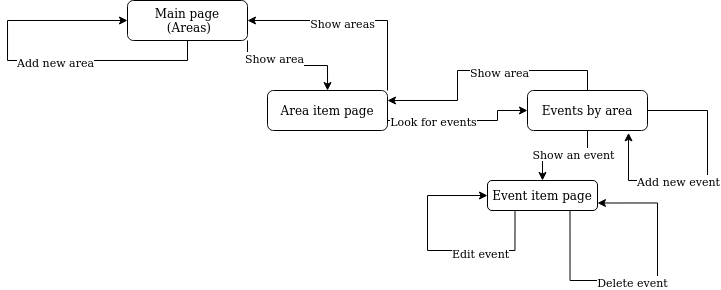
Above: client_screen_workflow.png in mitjakarki/pwp-project (draw.io), before the change. Source tidied: cells renumbered, new cells last; positions are measured from the earlier drawing's top-left corner, leaving out a move shared by most shapes.
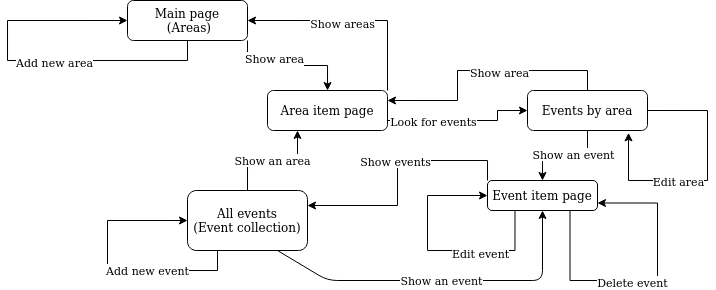
Later version of the same file.

Commit message:
Fix diagrams once more

Change to the diagram source:
```diff
@@ -62,7 +62,7 @@
         </Array>
       </mxGeometry>
     </mxCell>
-    <mxCell id="15" value="&lt;div&gt;Add new event&lt;/div&gt;" style="edgeLabel;html=1;align=center;verticalAlign=middle;" parent="14" vertex="1">
+    <mxCell id="15" value="Edit area" style="edgeLabel;html=1;align=center;verticalAlign=middle;" parent="14" vertex="1">
       <mxGeometry x="0.24" y="1" relative="1" as="geometry" />
     </mxCell>
     <mxCell id="16" style="edgeStyle=orthogonalEdgeStyle;rounded=0;jettySize=auto;html=1;exitX=0.5;exitY=0;exitDx=0;exitDy=0;entryX=1;entryY=0.25;entryDx=0;entryDy=0;" parent="1" edge="1" source="18" target="11">
@@ -98,8 +98,43 @@
     <mxCell id="22" value="&lt;div&gt;Delete event&lt;/div&gt;" style="edgeLabel;html=1;align=center;verticalAlign=middle;" parent="21" vertex="1">
       <mxGeometry x="-0.1" y="-2" relative="1" as="geometry" />
     </mxCell>
+    <mxCell id="24" style="edgeStyle=orthogonalEdgeStyle;rounded=0;jettySize=auto;html=1;exitX=0;exitY=0;exitDx=0;exitDy=0;entryX=1;entryY=0.25;entryDx=0;entryDy=0;" parent="1" edge="1" source="23" target="29">
+      <mxGeometry relative="1" as="geometry" />
+    </mxCell>
+    <mxCell id="25" value="Show events" style="edgeLabel;html=1;align=center;verticalAlign=middle;" parent="24" vertex="1">
+      <mxGeometry x="-0.1" y="-2" relative="1" as="geometry" />
+    </mxCell>
     <mxCell id="23" value="Event item page" style="rounded=1;whiteSpace=wrap;html=1;" parent="1" vertex="1">
       <mxGeometry x="480" y="180" width="110" height="30" as="geometry" />
     </mxCell>
+    <mxCell id="26" value="Show an area" style="edgeStyle=orthogonalEdgeStyle;rounded=0;jettySize=auto;html=1;exitX=0.5;exitY=0;exitDx=0;exitDy=0;entryX=0.25;entryY=1;entryDx=0;entryDy=0;" parent="1" edge="1" source="29" target="11">
+      <mxGeometry relative="1" as="geometry" />
+    </mxCell>
+    <mxCell id="27" style="edgeStyle=orthogonalEdgeStyle;rounded=0;orthogonalLoop=1;jettySize=auto;html=1;exitX=0.25;exitY=1;exitDx=0;exitDy=0;entryX=0;entryY=0.5;entryDx=0;entryDy=0;" parent="1" edge="1" source="29" target="29">
+      <mxGeometry relative="1" as="geometry">
+        <Array as="points">
+          <mxPoint x="210" y="270" />
+          <mxPoint x="100" y="270" />
+          <mxPoint x="100" y="220" />
+        </Array>
+      </mxGeometry>
+    </mxCell>
+    <mxCell id="28" value="Add new event" style="edgeLabel;html=1;align=center;verticalAlign=middle;" parent="27" vertex="1">
+      <mxGeometry x="-0.3" relative="1" as="geometry" />
+    </mxCell>
+    <mxCell id="29" value="&lt;div&gt;All events&lt;/div&gt;&lt;div&gt;(Event collection)&lt;br&gt;&lt;/div&gt;" style="rounded=1;whiteSpace=wrap;html=1;" parent="1" vertex="1">
+      <mxGeometry x="180" y="190" width="120" height="60" as="geometry" />
+    </mxCell>
+    <mxCell id="30" style="endArrow=classic;html=1;exitX=0.75;exitY=1;exitDx=0;exitDy=0;entryX=0.5;entryY=1;entryDx=0;entryDy=0;" parent="1" edge="1" source="29" target="23">
+      <mxGeometry relative="1" as="geometry">
+        <Array as="points">
+          <mxPoint x="320" y="280" />
+          <mxPoint x="535" y="280" />
+        </Array>
+      </mxGeometry>
+    </mxCell>
+    <mxCell id="31" value="Show an event" style="edgeLabel;html=1;align=center;verticalAlign=middle;" parent="30" vertex="1">
+      <mxGeometry relative="1" as="geometry" />
+    </mxCell>
   </root>
 </mxGraphModel>
```
